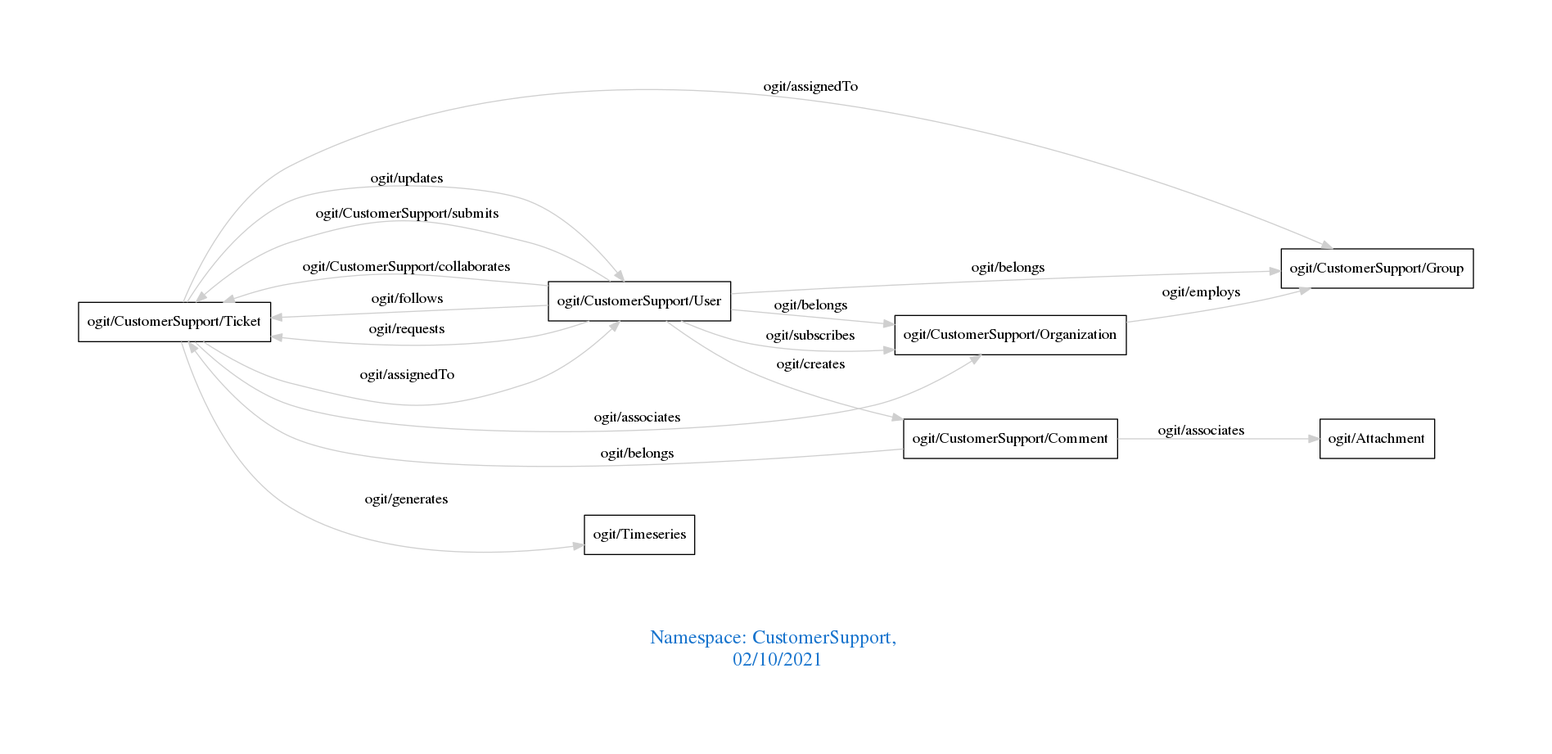
Earlier version of the Graphviz export downloads/CustomerSupport.png (arago/OGIT). Its source is kept beside it as downloads/CustomerSupport.dot.
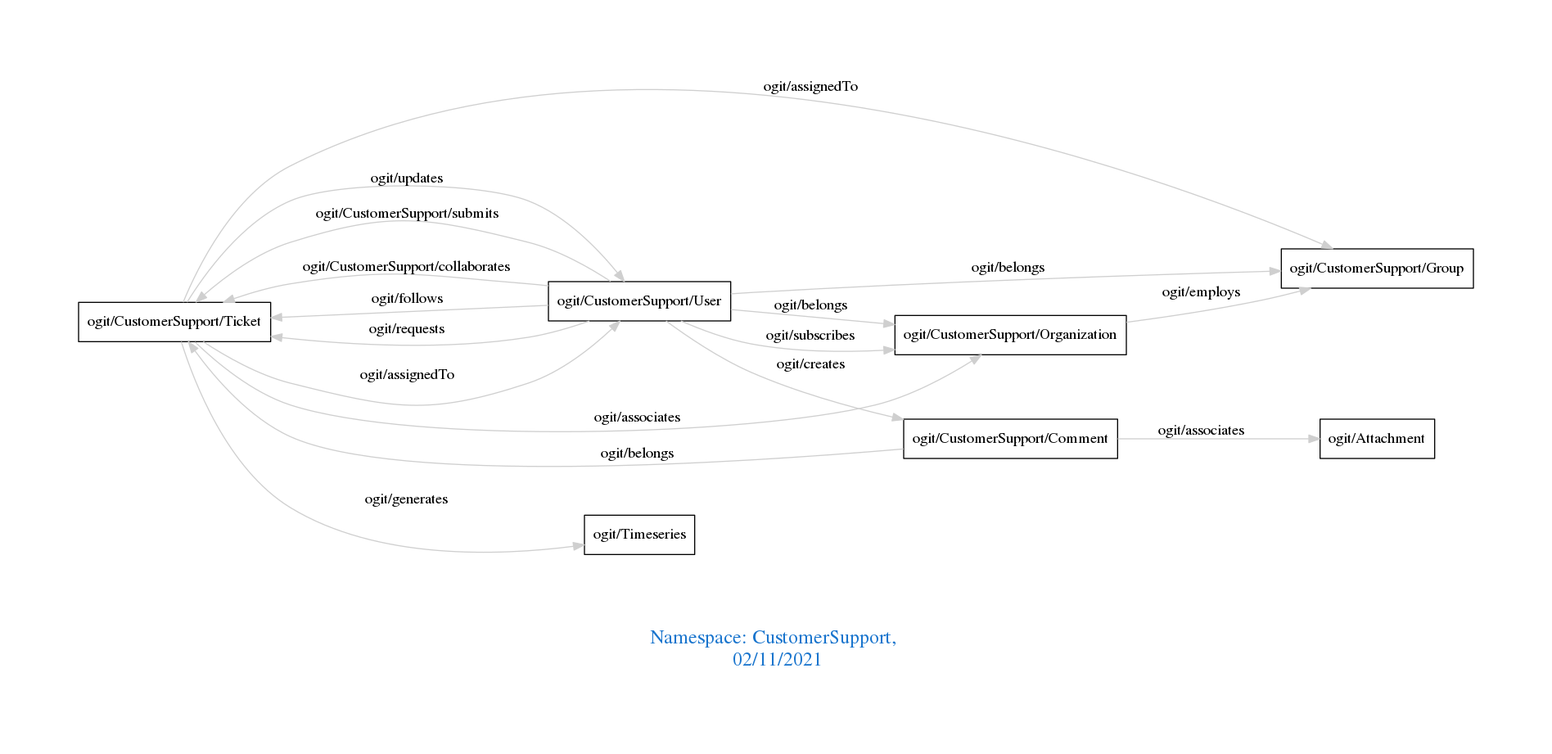
The same diagram one commit later.

Change to the diagram source:
```diff
@@ -1,7 +1,7 @@
 digraph OGIT_ontology {
  graph [ rankdir= LR,pad=1
 fontsize = 18,
-fontcolor= dodgerblue3,label = "\n\n\nNamespace: CustomerSupport, \n 02/10/2021"];
+fontcolor= dodgerblue3,label = "\n\n\nNamespace: CustomerSupport, \n 02/11/2021"];
 node[shape=polygon];
 edge [  color="gray81"];
 
```
